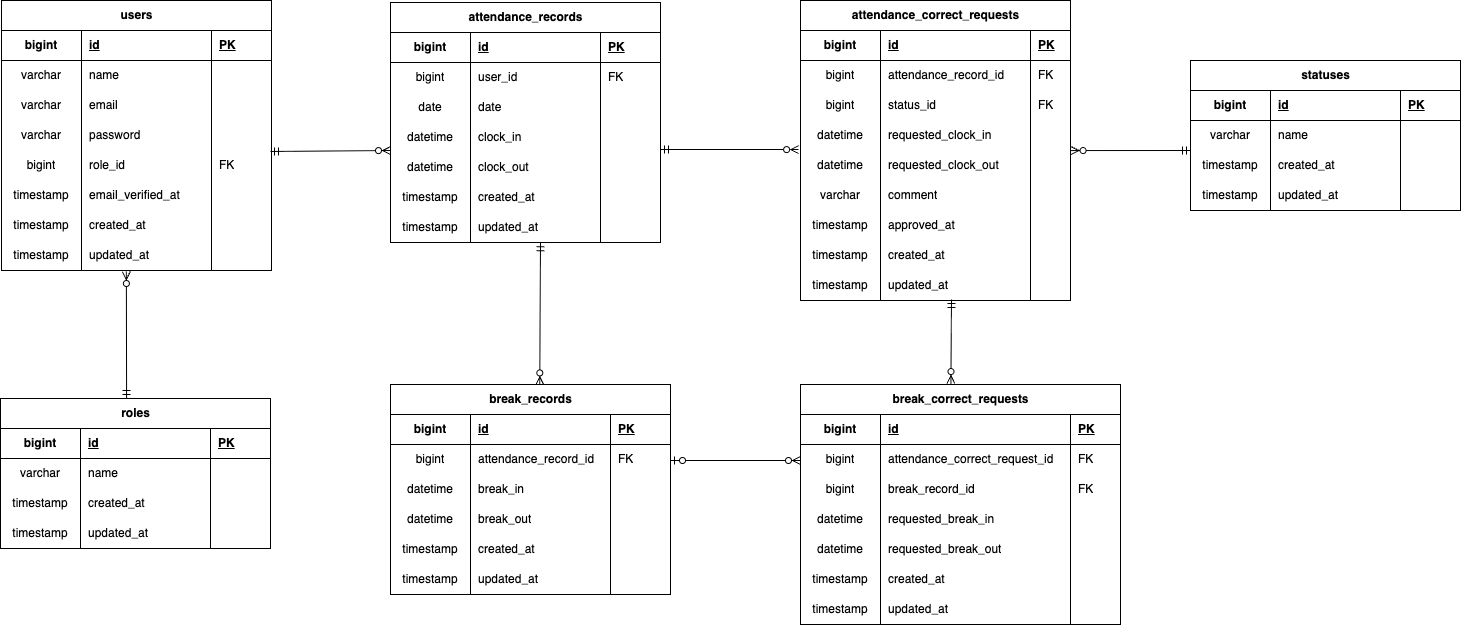
Earlier version of the draw.io export ER.drawio.png (Tamori169/Laravel-attendance-management). Source tidied: cells renumbered, new cells last; positions are measured from the earlier drawing's top-left corner, leaving out a move shared by most shapes.
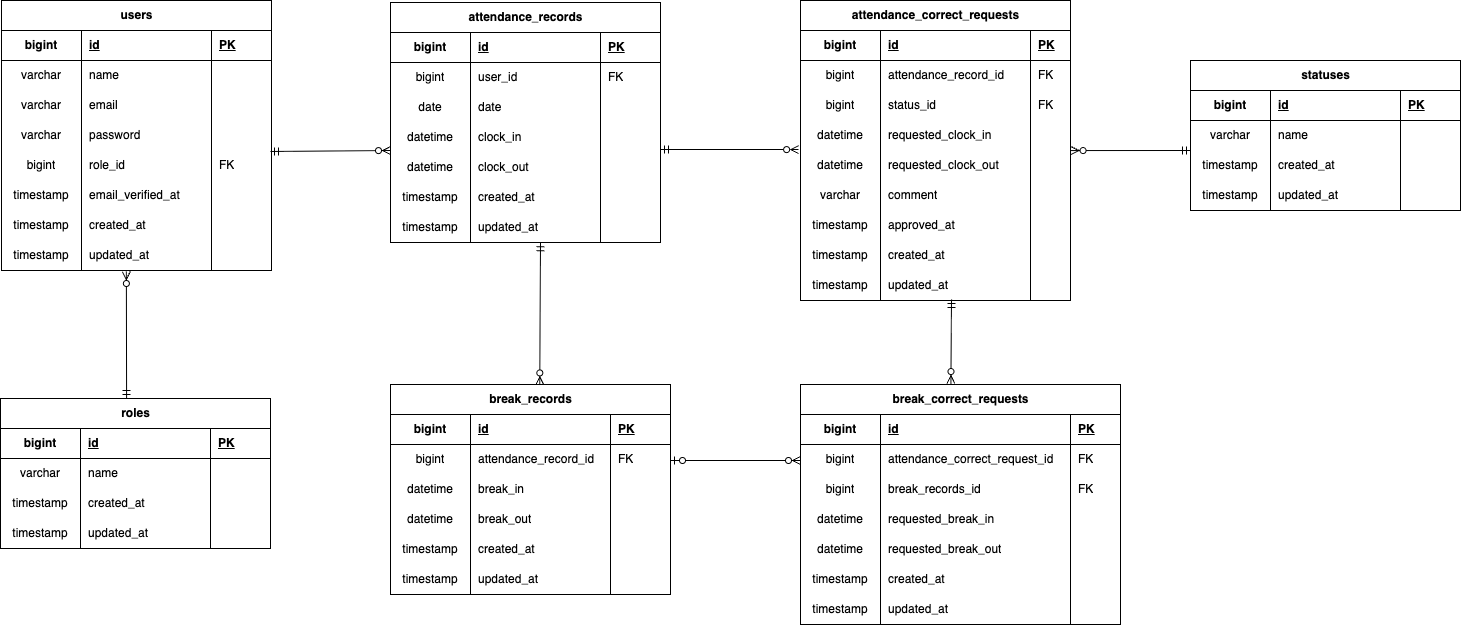
The same file after the commit.

What changed in the source:
```diff
@@ -474,7 +474,7 @@
     <mxCell id="156" value="bigint" style="shape=partialRectangle;fillColor=none;top=0;left=0;bottom=0;right=0;overflow=hidden;whiteSpace=wrap;html=1;" parent="155" vertex="1">
       <mxGeometry width="80" height="30" as="geometry" />
     </mxCell>
-    <mxCell id="157" value="break_record_id" style="shape=partialRectangle;fillColor=none;top=0;left=0;bottom=0;right=0;align=left;spacingLeft=6;overflow=hidden;whiteSpace=wrap;html=1;" parent="155" vertex="1">
+    <mxCell id="157" value="break_records_id" style="shape=partialRectangle;fillColor=none;top=0;left=0;bottom=0;right=0;align=left;spacingLeft=6;overflow=hidden;whiteSpace=wrap;html=1;" parent="155" vertex="1">
       <mxGeometry x="80" width="190" height="30" as="geometry" />
     </mxCell>
     <mxCell id="158" value="FK" style="shape=partialRectangle;fillColor=none;top=0;left=0;bottom=0;right=0;align=left;spacingLeft=6;overflow=hidden;whiteSpace=wrap;html=1;" parent="155" vertex="1">
```
